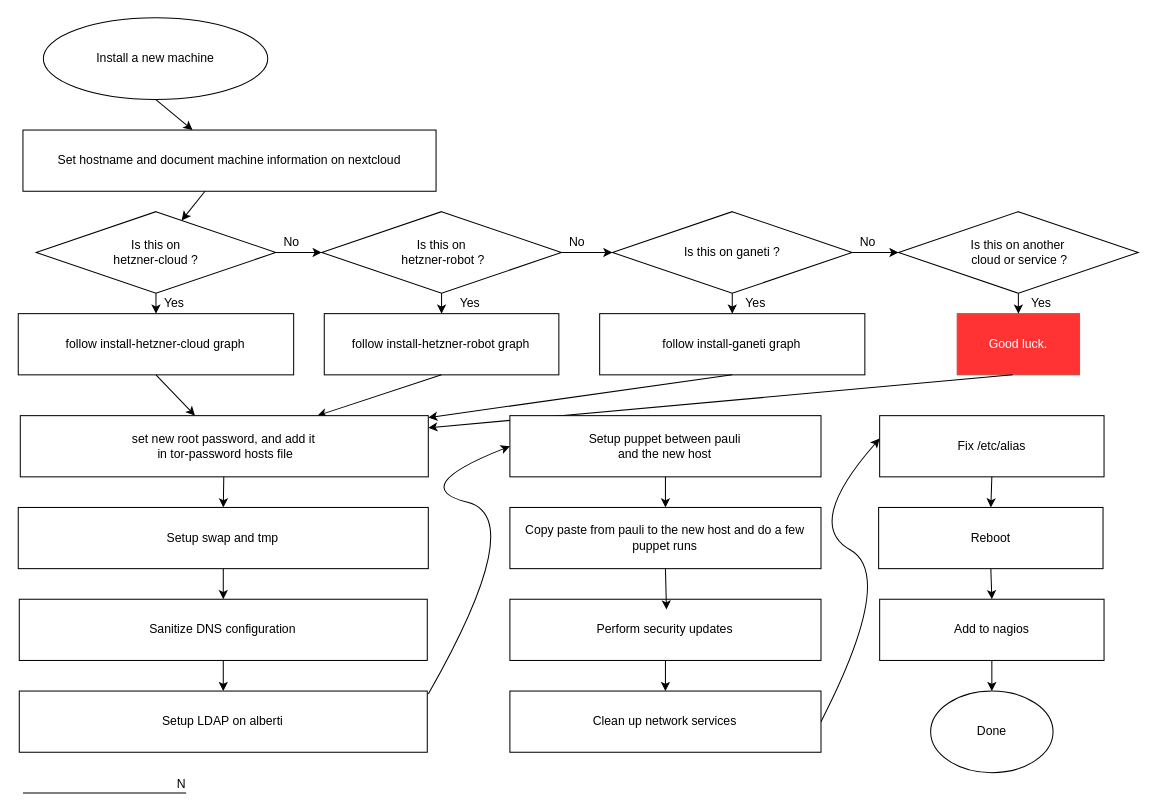
Before: page "install-common" (1 of 5) of tsa/howto/new-machine/install.drawio in pastly/tsa-wiki, a draw.io diagram. Source tidied: cells renumbered, new cells numbered last; positions are measured from the earlier drawing's top-left corner, leaving out a move shared by most shapes. Both pictures are drawn from the tidied source at 102%, with x=0, y=0 at pixel (17, 17).
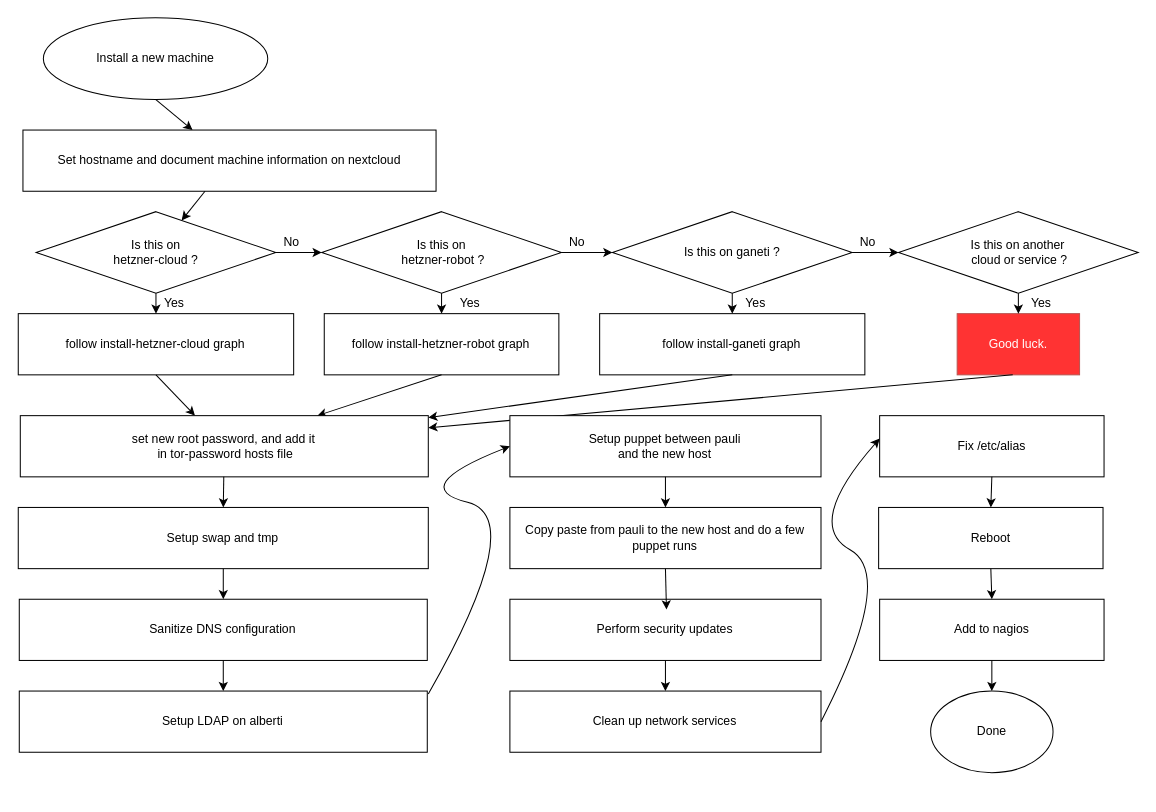
The same diagram, later.

Diff of the diagram source:
```diff
@@
-    <mxCell id="55" style="endArrow=none;html=1;rounded=0;" parent="1" edge="1">
-      <mxGeometry relative="1" as="geometry">
-        <mxPoint x="5" y="760" as="sourcePoint" />
-        <mxPoint x="165" y="760" as="targetPoint" />
-      </mxGeometry>
-    </mxCell>
-    <mxCell id="56" value="N" style="html=1;align=right;verticalAlign=bottom;" parent="55" vertex="1">
-      <mxGeometry x="1" relative="1" as="geometry" />
-    </mxCell>
```
